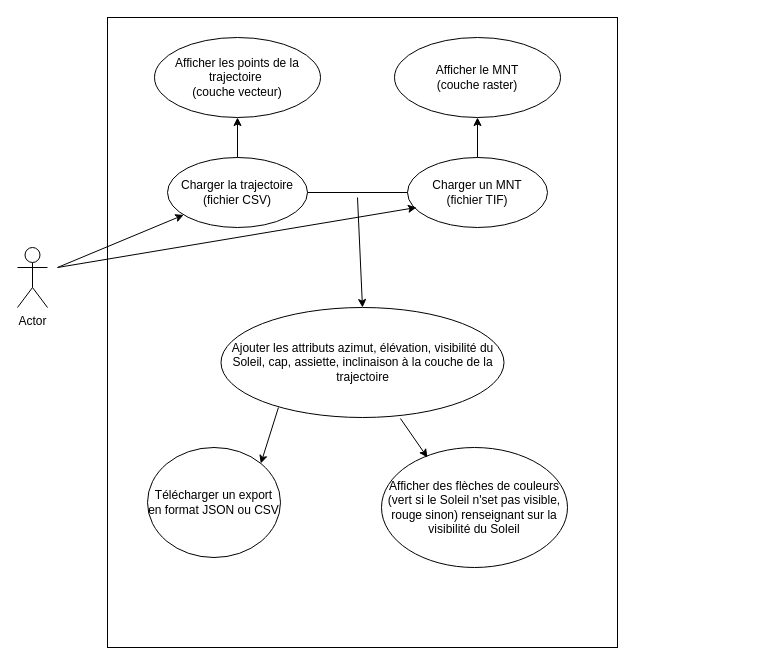
Before: DiagrammeCasUtilisation.drawio in PaulCllch/BEA, a draw.io diagram. Source tidied: cells renumbered, new cells numbered last; positions are measured from the earlier drawing's top-left corner, leaving out a move shared by most shapes. Both pictures are drawn from the tidied source at 100%, with x=0, y=0 at pixel (17, 17).
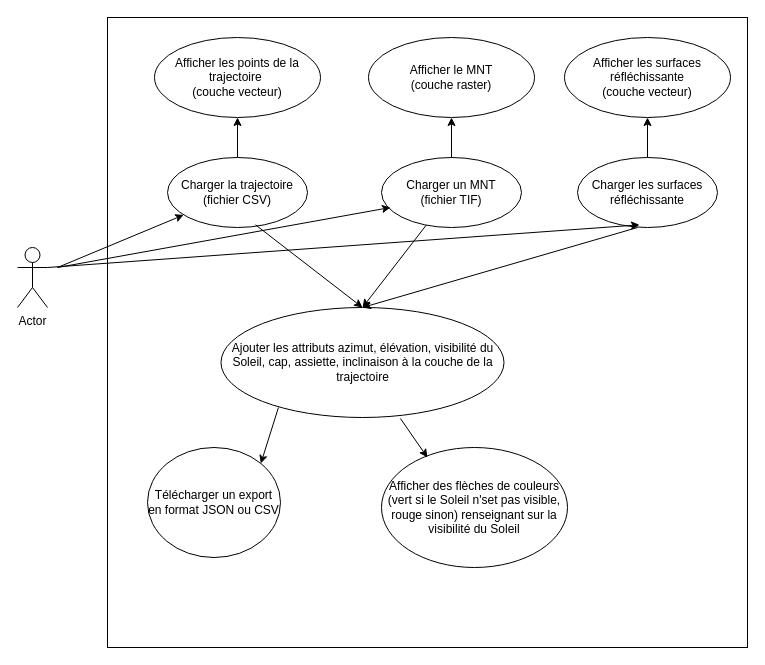
Above is the later version.

Commit message:
Mettre à jour DiagrammeCasUtilisation.drawio

Unchanged cells that the change refers to:
```xml
<mxCell id="2" value="Actor" style="shape=umlActor;verticalLabelPosition=bottom;verticalAlign=top;html=1;outlineConnect=0;labelPosition=center;align=center;" parent="1" vertex="1">
  <mxGeometry y="230" width="30" height="60" as="geometry" />
</mxCell>
<mxCell id="4" value="&lt;div&gt;Charger la trajectoire&lt;/div&gt;&lt;div&gt;(fichier CSV)&lt;br&gt;&lt;/div&gt;" style="ellipse;whiteSpace=wrap;html=1;" parent="1" vertex="1">
  <mxGeometry x="150" y="140" width="140" height="70" as="geometry" />
</mxCell>
<mxCell id="12" value="Ajouter les attributs azimut, élévation, visibilité du Soleil, cap, assiette, inclinaison à la couche de la trajectoire" style="ellipse;whiteSpace=wrap;html=1;" parent="1" vertex="1">
  <mxGeometry x="203.5" y="290" width="283" height="110" as="geometry" />
</mxCell>
```

What changed in the source:
```diff
@@
     <mxCell id="3" style="rounded=0;whiteSpace=wrap;html=1;" parent="1" vertex="1">
-      <mxGeometry x="90" width="510" height="630" as="geometry" />
+      <mxGeometry x="90" width="640" height="630" as="geometry" />
     </mxCell>
@@
     <mxCell id="6" value="&lt;div&gt;Charger un MNT&lt;/div&gt;&lt;div&gt;(fichier TIF)&lt;br&gt;&lt;/div&gt;" style="ellipse;whiteSpace=wrap;html=1;" parent="1" vertex="1">
-      <mxGeometry x="390" y="140" width="140" height="70" as="geometry" />
+      <mxGeometry x="364" y="140" width="140" height="70" as="geometry" />
     </mxCell>
@@
     <mxCell id="10" value="&lt;div&gt;Afficher le MNT&lt;br&gt;&lt;/div&gt;&lt;div&gt;(couche raster)&lt;/div&gt;" style="ellipse;whiteSpace=wrap;html=1;" parent="1" vertex="1">
-      <mxGeometry x="377" y="20" width="166" height="80" as="geometry" />
+      <mxGeometry x="351" y="20" width="166" height="80" as="geometry" />
     </mxCell>
@@
-    <mxCell id="17" style="endArrow=classic;html=1;rounded=0;fontFamily=Helvetica;fontSize=12;fontColor=default;entryX=0.5;entryY=0;entryDx=0;entryDy=0;" parent="1" edge="1" target="12">
-      <mxGeometry relative="1" as="geometry">
-        <mxPoint x="340" y="180" as="sourcePoint" />
-      </mxGeometry>
+    <mxCell id="17" style="endArrow=classic;html=1;rounded=0;fontFamily=Helvetica;fontSize=12;fontColor=default;entryX=0.5;entryY=0;entryDx=0;entryDy=0;exitX=0.629;exitY=0.962;exitDx=0;exitDy=0;exitPerimeter=0;" parent="1" edge="1" source="4" target="12">
+      <mxGeometry relative="1" as="geometry" />
     </mxCell>
-    <mxCell id="18" style="endArrow=none;html=1;rounded=0;fontFamily=Helvetica;fontSize=12;fontColor=default;exitX=1;exitY=0.5;exitDx=0;exitDy=0;entryX=0;entryY=0.5;entryDx=0;entryDy=0;" parent="1" edge="1" source="4" target="6">
-      <mxGeometry relative="1" as="geometry" />
-    </mxCell>
+    <mxCell id="19" value="&lt;div&gt;Charger les surfaces réfléchissante&lt;br&gt;&lt;/div&gt;" style="ellipse;whiteSpace=wrap;html=1;" parent="1" vertex="1">
+      <mxGeometry x="560" y="140" width="140" height="70" as="geometry" />
+    </mxCell>
+    <mxCell id="20" value="&lt;div&gt;Afficher les surfaces réfléchissante&lt;br&gt;&lt;/div&gt;&lt;div&gt;(couche vecteur)&lt;/div&gt;" style="ellipse;whiteSpace=wrap;html=1;" parent="1" vertex="1">
+      <mxGeometry x="547" y="20" width="166" height="80" as="geometry" />
+    </mxCell>
+    <mxCell id="21" style="endArrow=classic;html=1;rounded=0;entryX=0.5;entryY=1;entryDx=0;entryDy=0;" parent="1" edge="1" source="19" target="20">
+      <mxGeometry relative="1" as="geometry" />
+    </mxCell>
+    <mxCell id="22" style="endArrow=classic;html=1;rounded=0;fontFamily=Helvetica;fontSize=12;fontColor=default;entryX=0.443;entryY=0.962;entryDx=0;entryDy=0;exitX=1;exitY=0.3333333333333333;exitDx=0;exitDy=0;exitPerimeter=0;entryPerimeter=0;" parent="1" edge="1" source="2" target="19">
+      <mxGeometry relative="1" as="geometry" />
+    </mxCell>
+    <mxCell id="23" style="endArrow=classic;html=1;rounded=0;fontFamily=Helvetica;fontSize=12;fontColor=default;entryX=0.5;entryY=0;entryDx=0;entryDy=0;" parent="1" edge="1" source="6" target="12">
+      <mxGeometry relative="1" as="geometry" />
+    </mxCell>
+    <mxCell id="24" style="endArrow=classic;html=1;rounded=0;fontFamily=Helvetica;fontSize=12;fontColor=default;exitX=0.429;exitY=1;exitDx=0;exitDy=0;exitPerimeter=0;entryX=0.5;entryY=0;entryDx=0;entryDy=0;" parent="1" edge="1" source="19" target="12">
+      <mxGeometry relative="1" as="geometry" />
+    </mxCell>
```
